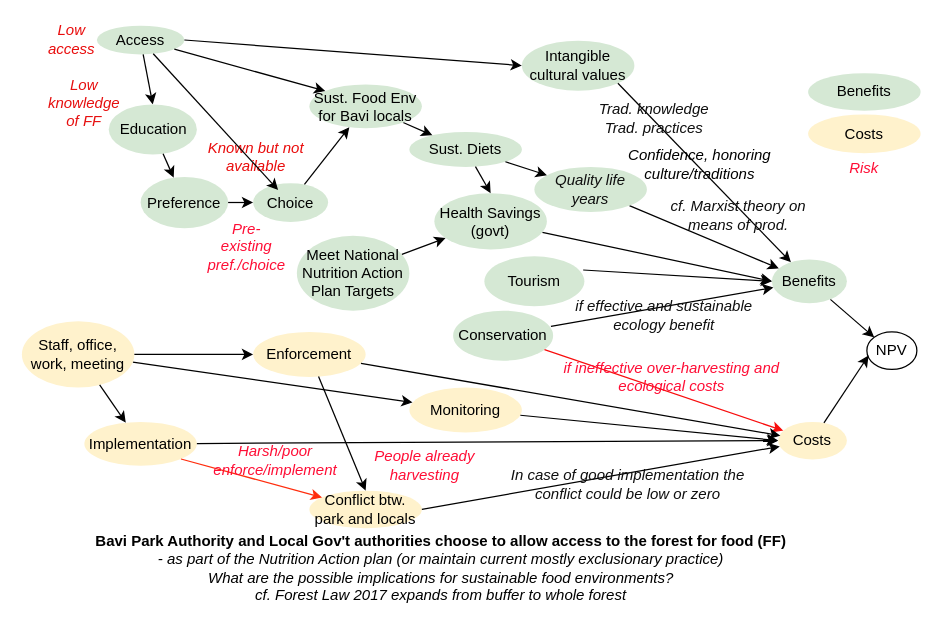
This is Untitled Diagram.drawio from CWWhitney/bavi-forest-access, a draw.io file, before an edit. Source tidied: cells renumbered, new cells numbered last; positions are measured from the earlier drawing's top-left corner, leaving out a move shared by most shapes. Both pictures are drawn from the tidied source at 125%, with x=0, y=0 at pixel (21, 25).
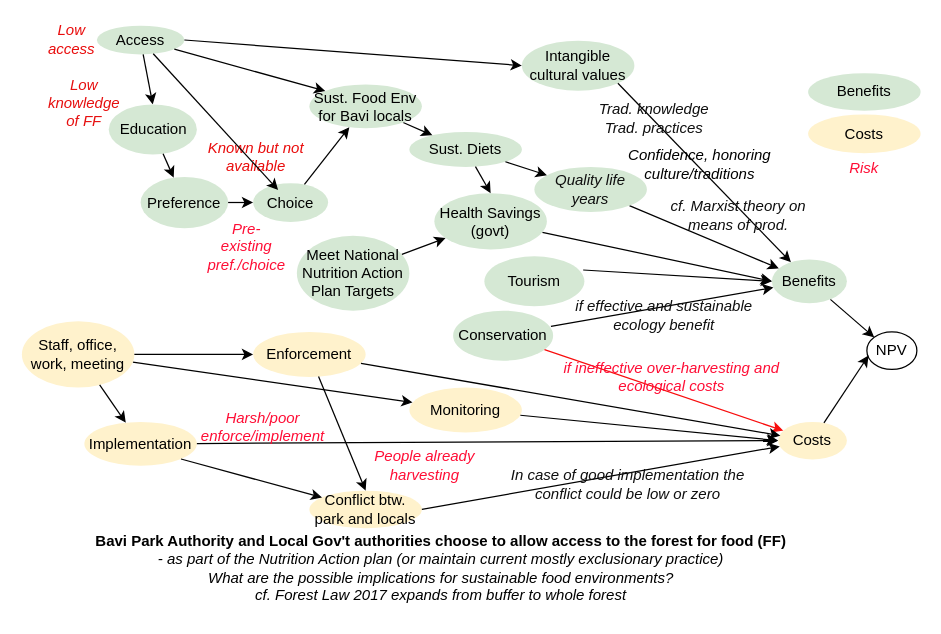
The same page after the edit.

Commit message:
Update arrow color

Unchanged cells that the change refers to:
```xml
<mxCell id="33" value="Conflict btw. park and locals" style="ellipse;whiteSpace=wrap;html=1;fillColor=#fff2cc;strokeColor=none;" parent="1" vertex="1">
  <mxGeometry x="230" y="372" width="90" height="30" as="geometry" />
</mxCell>
<mxCell id="37" value="Implementation" style="ellipse;whiteSpace=wrap;html=1;fillColor=#fff2cc;strokeColor=none;" parent="1" vertex="1">
  <mxGeometry x="50" y="317" width="90" height="35" as="geometry" />
</mxCell>
```

The edit, as a diff of the source:
```diff
@@
-    <mxCell id="40" style="rounded=0;jettySize=auto;html=1;strokeColor=#FF2D0D;exitX=1;exitY=1;exitDx=0;exitDy=0;" parent="1" edge="1" source="37" target="33">
+    <mxCell id="40" style="rounded=0;jettySize=auto;html=1;strokeColor=#050505;exitX=1;exitY=1;exitDx=0;exitDy=0;" parent="1" edge="1" source="37" target="33">
       <mxGeometry relative="1" as="geometry" />
     </mxCell>
@@
     <mxCell id="45" value="Harsh/poor&lt;div&gt;enforce/implement&lt;/div&gt;" style="text;html=1;align=center;verticalAlign=middle;whiteSpace=wrap;rounded=0;fontColor=#FF0D35;fontStyle=2;" parent="1" vertex="1">
-      <mxGeometry x="159.5" y="328" width="85.5" height="40" as="geometry" />
+      <mxGeometry x="150" y="301" width="85.5" height="40" as="geometry" />
     </mxCell>
```
